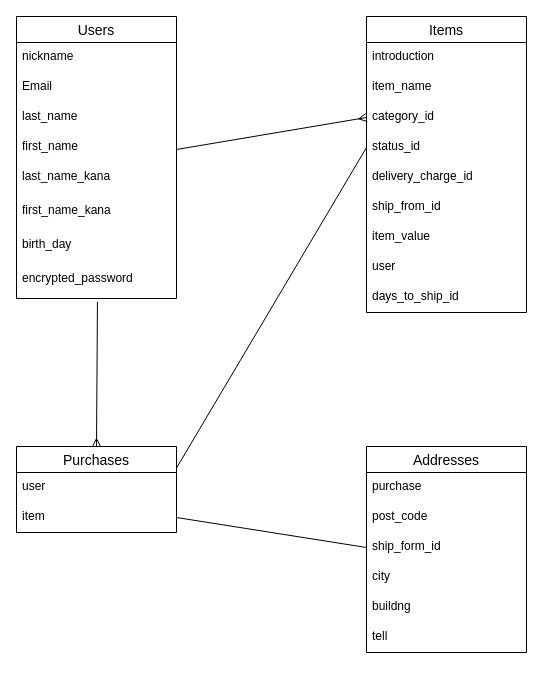
Before: furimadb.drawio in IonIon917/furima-37218, a draw.io diagram. Source tidied: cells renumbered, new cells numbered last; positions are measured from the earlier drawing's top-left corner, leaving out a move shared by most shapes. Both pictures are drawn from the tidied source at 100%, with x=0, y=0 at pixel (16, 16).
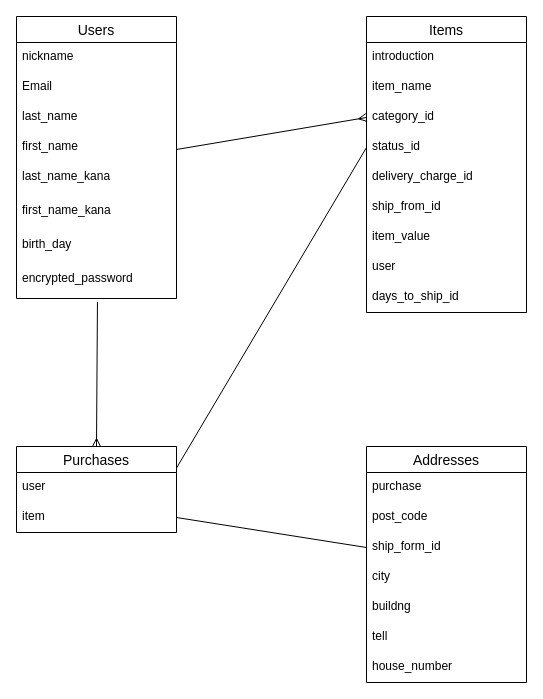
The same diagram, later.

What changed in the source:
```diff
@@
     <mxCell id="27" value="Addresses" style="swimlane;fontStyle=0;horizontal=1;startSize=26;align=center;fontSize=14;" parent="1" vertex="1">
-      <mxGeometry x="350" y="430" width="160" height="206" as="geometry" />
+      <mxGeometry x="350" y="430" width="160" height="236" as="geometry" />
     </mxCell>
@@
+    <mxCell id="35" value="house_number" style="text;strokeColor=none;fillColor=none;spacingLeft=4;spacingRight=4;overflow=hidden;fontSize=12;" parent="27" vertex="1">
+      <mxGeometry y="206" width="160" height="30" as="geometry" />
+    </mxCell>
```
